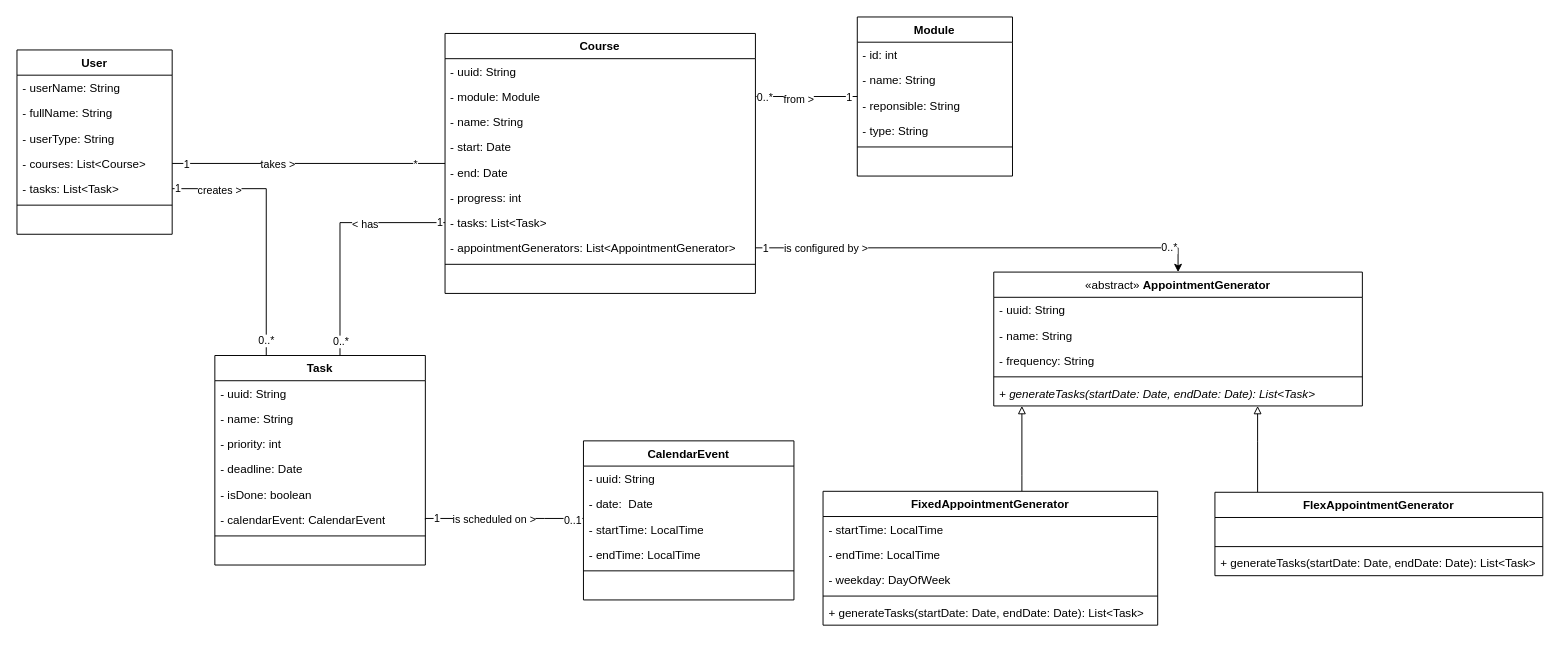
Before: docs/data_model/Class_diagram.drawio in angel-curras/OrganisationApp-SE, a draw.io diagram. Source tidied: cells renumbered, new cells numbered last; positions are measured from the earlier drawing's top-left corner, leaving out a move shared by most shapes. Both pictures are drawn from the tidied source at 97%, with x=0, y=0 at pixel (16, 16).
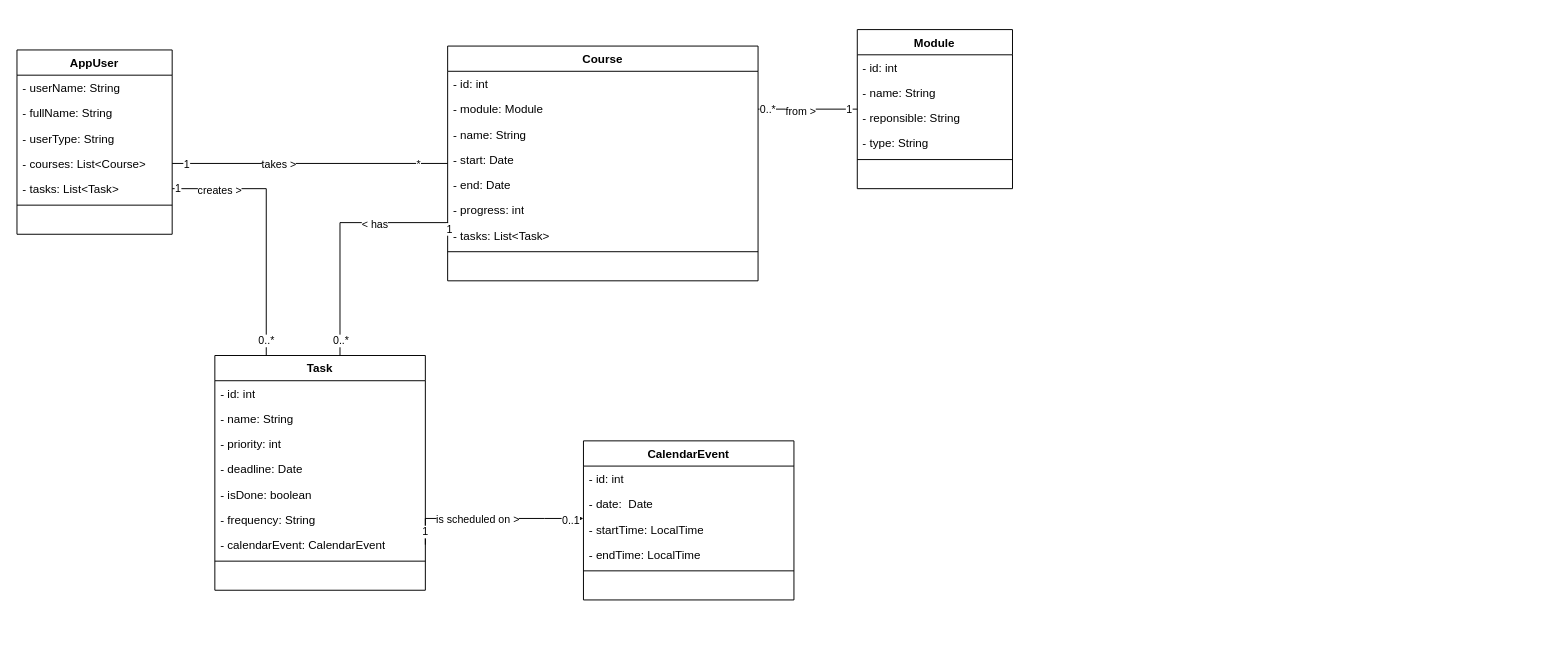
The same page after the edit.

Unchanged cells that the change refers to:
```xml
<mxCell id="53" value="CalendarEvent" style="swimlane;fontStyle=1;align=center;verticalAlign=top;horizontal=1;startSize=26;whiteSpace=wrap;html=1;" parent="1" vertex="1">
  <mxGeometry x="584" y="437" width="217" height="164" as="geometry" />
</mxCell>
```

What changed in the source:
```diff
@@
-    <mxCell id="6" value="User" style="swimlane;fontStyle=1;align=center;verticalAlign=top;horizontal=1;startSize=26;whiteSpace=wrap;html=1;" parent="1" vertex="1">
+    <mxCell id="6" value="AppUser" style="swimlane;fontStyle=1;align=center;verticalAlign=top;horizontal=1;startSize=26;whiteSpace=wrap;html=1;" parent="1" vertex="1">
       <mxGeometry y="34" width="160" height="190" as="geometry" />
     </mxCell>
@@
     <mxCell id="14" value="Course" style="swimlane;fontStyle=1;align=center;verticalAlign=top;horizontal=1;startSize=26;whiteSpace=wrap;html=1;" parent="1" vertex="1">
-      <mxGeometry x="441.3" y="17" width="320" height="268" as="geometry" />
+      <mxGeometry x="444" y="30" width="320" height="242" as="geometry" />
     </mxCell>
-    <mxCell id="15" value="- uuid: String" style="text;strokeColor=none;fillColor=none;align=left;verticalAlign=top;spacingLeft=4;spacingRight=4;overflow=hidden;whiteSpace=wrap;html=1;" parent="14" vertex="1">
+    <mxCell id="15" value="- id: int" style="text;strokeColor=none;fillColor=none;align=left;verticalAlign=top;spacingLeft=4;spacingRight=4;overflow=hidden;whiteSpace=wrap;html=1;" parent="14" vertex="1">
       <mxGeometry y="26" width="320" height="26" as="geometry" />
     </mxCell>
@@
-    <mxCell id="22" value="- appointmentGenerators: List&amp;lt;AppointmentGenerator&amp;gt;" style="text;strokeColor=none;fillColor=none;align=left;verticalAlign=top;spacingLeft=4;spacingRight=4;overflow=hidden;points=[[0,0.5],[1,0.5]];portConstraint=eastwest;whiteSpace=wrap;html=1;" parent="14" vertex="1">
-      <mxGeometry y="208" width="320" height="26" as="geometry" />
-    </mxCell>
     <mxCell id="23" style="line;strokeWidth=1;fillColor=none;align=left;verticalAlign=middle;spacingTop=-1;spacingLeft=3;spacingRight=3;labelPosition=right;strokeColor=inherit;" parent="14" vertex="1">
-      <mxGeometry y="234" width="320" height="8" as="geometry" />
+      <mxGeometry y="208" width="320" height="8" as="geometry" />
     </mxCell>
     <mxCell id="24" value="&amp;nbsp;" style="text;strokeColor=none;fillColor=none;align=left;verticalAlign=top;spacingLeft=4;spacingRight=4;overflow=hidden;whiteSpace=wrap;html=1;" parent="14" vertex="1">
-      <mxGeometry y="242" width="320" height="26" as="geometry" />
+      <mxGeometry y="216" width="320" height="26" as="geometry" />
     </mxCell>
     <mxCell id="25" value="Module" style="swimlane;fontStyle=1;align=center;verticalAlign=top;horizontal=1;startSize=26;whiteSpace=wrap;html=1;" parent="1" vertex="1">
-      <mxGeometry x="866.3" width="160" height="164" as="geometry" />
+      <mxGeometry x="866.3" y="13" width="160" height="164" as="geometry" />
     </mxCell>
@@
     <mxCell id="36" value="Task" style="swimlane;fontStyle=1;align=center;verticalAlign=top;horizontal=1;startSize=26;whiteSpace=wrap;html=1;" parent="1" vertex="1">
-      <mxGeometry x="204" y="349" width="217" height="216" as="geometry" />
+      <mxGeometry x="204" y="349" width="217" height="242" as="geometry" />
     </mxCell>
-    <mxCell id="37" value="- uuid: String" style="text;strokeColor=none;fillColor=none;align=left;verticalAlign=top;spacingLeft=4;spacingRight=4;overflow=hidden;whiteSpace=wrap;html=1;" parent="36" vertex="1">
+    <mxCell id="37" value="- id: int" style="text;strokeColor=none;fillColor=none;align=left;verticalAlign=top;spacingLeft=4;spacingRight=4;overflow=hidden;whiteSpace=wrap;html=1;" parent="36" vertex="1">
       <mxGeometry y="26" width="217" height="26" as="geometry" />
     </mxCell>
@@
+    <mxCell id="67" value="- frequency: String" style="text;strokeColor=none;fillColor=none;align=left;verticalAlign=top;spacingLeft=4;spacingRight=4;overflow=hidden;whiteSpace=wrap;html=1;" parent="36" vertex="1">
+      <mxGeometry y="156" width="217" height="26" as="geometry" />
+    </mxCell>
     <mxCell id="42" value="- calendarEvent: CalendarEvent" style="text;strokeColor=none;fillColor=none;align=left;verticalAlign=top;spacingLeft=4;spacingRight=4;overflow=hidden;points=[[0,0.5],[1,0.5]];portConstraint=eastwest;whiteSpace=wrap;html=1;" parent="36" vertex="1">
-      <mxGeometry y="156" width="217" height="26" as="geometry" />
+      <mxGeometry y="182" width="217" height="26" as="geometry" />
     </mxCell>
     <mxCell id="43" style="line;strokeWidth=1;fillColor=none;align=left;verticalAlign=middle;spacingTop=-1;spacingLeft=3;spacingRight=3;labelPosition=right;strokeColor=inherit;" parent="36" vertex="1">
-      <mxGeometry y="182" width="217" height="8" as="geometry" />
+      <mxGeometry y="208" width="217" height="8" as="geometry" />
     </mxCell>
     <mxCell id="44" value="&amp;nbsp;" style="text;strokeColor=none;fillColor=none;align=left;verticalAlign=top;spacingLeft=4;spacingRight=4;overflow=hidden;whiteSpace=wrap;html=1;" parent="36" vertex="1">
-      <mxGeometry y="190" width="217" height="26" as="geometry" />
+      <mxGeometry y="216" width="217" height="26" as="geometry" />
     </mxCell>
@@
-    <mxCell id="54" value="- uuid: String" style="text;strokeColor=none;fillColor=none;align=left;verticalAlign=top;spacingLeft=4;spacingRight=4;overflow=hidden;whiteSpace=wrap;html=1;" parent="53" vertex="1">
+    <mxCell id="54" value="- id: int" style="text;strokeColor=none;fillColor=none;align=left;verticalAlign=top;spacingLeft=4;spacingRight=4;overflow=hidden;whiteSpace=wrap;html=1;" parent="53" vertex="1">
       <mxGeometry y="26" width="217" height="26" as="geometry" />
     </mxCell>
@@
-    <mxCell id="64" value="&lt;span style=&quot;font-weight: normal;&quot;&gt;«abstract» &lt;/span&gt;AppointmentGenerator" style="swimlane;fontStyle=1;align=center;verticalAlign=top;horizontal=1;startSize=26;whiteSpace=wrap;html=1;" parent="1" vertex="1">
-      <mxGeometry x="1007" y="263" width="380" height="138" as="geometry" />
-    </mxCell>
-    <mxCell id="65" value="- uuid: String" style="text;strokeColor=none;fillColor=none;align=left;verticalAlign=top;spacingLeft=4;spacingRight=4;overflow=hidden;whiteSpace=wrap;html=1;" parent="64" vertex="1">
-      <mxGeometry y="26" width="380" height="26" as="geometry" />
-    </mxCell>
-    <mxCell id="66" value="- name: String" style="text;strokeColor=none;fillColor=none;align=left;verticalAlign=top;spacingLeft=4;spacingRight=4;overflow=hidden;whiteSpace=wrap;html=1;" parent="64" vertex="1">
-      <mxGeometry y="52" width="380" height="26" as="geometry" />
-    </mxCell>
-    <mxCell id="67" value="- frequency: String" style="text;strokeColor=none;fillColor=none;align=left;verticalAlign=top;spacingLeft=4;spacingRight=4;overflow=hidden;whiteSpace=wrap;html=1;" parent="64" vertex="1">
-      <mxGeometry y="78" width="380" height="26" as="geometry" />
-    </mxCell>
-    <mxCell id="68" style="line;strokeWidth=1;fillColor=none;align=left;verticalAlign=middle;spacingTop=-1;spacingLeft=3;spacingRight=3;labelPosition=right;strokeColor=inherit;" parent="64" vertex="1">
-      <mxGeometry y="104" width="380" height="8" as="geometry" />
-    </mxCell>
-    <mxCell id="69" value="&lt;i&gt;+ generateTasks(startDate: Date, endDate: Date): List&amp;lt;Task&amp;gt;&lt;/i&gt;" style="text;strokeColor=none;fillColor=none;align=left;verticalAlign=top;spacingLeft=4;spacingRight=4;overflow=hidden;whiteSpace=wrap;html=1;" parent="64" vertex="1">
-      <mxGeometry y="112" width="380" height="26" as="geometry" />
-    </mxCell>
-    <mxCell id="70" style="edgeStyle=orthogonalEdgeStyle;rounded=0;jettySize=auto;html=1;exitX=1;exitY=0.5;exitDx=0;exitDy=0;" parent="1" edge="1" source="22" target="64">
-      <mxGeometry relative="1" as="geometry" />
-    </mxCell>
-    <mxCell id="71" value="1" style="edgeLabel;html=1;align=center;verticalAlign=middle;" parent="70" vertex="1">
-      <mxGeometry x="-0.88" y="2" relative="1" as="geometry">
-        <mxPoint x="-18" y="2" as="offset" />
-      </mxGeometry>
-    </mxCell>
-    <mxCell id="72" value="is configured by &amp;gt;" style="edgeLabel;html=1;align=center;verticalAlign=middle;" parent="70" vertex="1">
-      <mxGeometry x="-0.76" y="1" relative="1" as="geometry">
-        <mxPoint x="17" y="1" as="offset" />
-      </mxGeometry>
-    </mxCell>
-    <mxCell id="73" value="0..*" style="edgeLabel;html=1;align=center;verticalAlign=middle;" parent="70" vertex="1">
-      <mxGeometry x="0.85" y="1" relative="1" as="geometry" />
-    </mxCell>
-    <mxCell id="74" style="edgeStyle=orthogonalEdgeStyle;rounded=0;jettySize=auto;html=1;endArrow=block;endFill=0;" parent="1" edge="1" source="75" target="64">
-      <mxGeometry relative="1" as="geometry">
-        <Array as="points">
-          <mxPoint x="1036" y="473" />
-          <mxPoint x="1036" y="473" />
-        </Array>
-      </mxGeometry>
-    </mxCell>
-    <mxCell id="75" value="FixedAppointmentGenerator" style="swimlane;fontStyle=1;align=center;verticalAlign=top;horizontal=1;startSize=26;whiteSpace=wrap;html=1;" parent="1" vertex="1">
-      <mxGeometry x="831" y="489" width="345" height="138" as="geometry" />
-    </mxCell>
-    <mxCell id="76" value="- startTime: LocalTime" style="text;strokeColor=none;fillColor=none;align=left;verticalAlign=top;spacingLeft=4;spacingRight=4;overflow=hidden;whiteSpace=wrap;html=1;" parent="75" vertex="1">
-      <mxGeometry y="26" width="345" height="26" as="geometry" />
-    </mxCell>
-    <mxCell id="77" value="- endTime: LocalTime" style="text;strokeColor=none;fillColor=none;align=left;verticalAlign=top;spacingLeft=4;spacingRight=4;overflow=hidden;whiteSpace=wrap;html=1;" parent="75" vertex="1">
-      <mxGeometry y="52" width="345" height="26" as="geometry" />
-    </mxCell>
-    <mxCell id="78" value="- weekday: DayOfWeek" style="text;strokeColor=none;fillColor=none;align=left;verticalAlign=top;spacingLeft=4;spacingRight=4;overflow=hidden;whiteSpace=wrap;html=1;" parent="75" vertex="1">
-      <mxGeometry y="78" width="345" height="26" as="geometry" />
-    </mxCell>
-    <mxCell id="79" style="line;strokeWidth=1;fillColor=none;align=left;verticalAlign=middle;spacingTop=-1;spacingLeft=3;spacingRight=3;labelPosition=right;strokeColor=inherit;" parent="75" vertex="1">
-      <mxGeometry y="104" width="345" height="8" as="geometry" />
-    </mxCell>
-    <mxCell id="80" value="+ generateTasks(startDate: Date, endDate: Date): List&amp;lt;Task&amp;gt;" style="text;strokeColor=none;fillColor=none;align=left;verticalAlign=top;spacingLeft=4;spacingRight=4;overflow=hidden;whiteSpace=wrap;html=1;" parent="75" vertex="1">
-      <mxGeometry y="112" width="345" height="26" as="geometry" />
-    </mxCell>
-    <mxCell id="81" style="edgeStyle=orthogonalEdgeStyle;rounded=0;jettySize=auto;html=1;endArrow=block;endFill=0;" parent="1" edge="1" source="82" target="64">
-      <mxGeometry relative="1" as="geometry">
-        <Array as="points">
-          <mxPoint x="1279" y="438" />
-          <mxPoint x="1279" y="438" />
-        </Array>
-      </mxGeometry>
-    </mxCell>
-    <mxCell id="82" value="FlexAppointmentGenerator" style="swimlane;fontStyle=1;align=center;verticalAlign=top;horizontal=1;startSize=26;whiteSpace=wrap;html=1;" parent="1" vertex="1">
-      <mxGeometry x="1235" y="490" width="338" height="86" as="geometry" />
-    </mxCell>
-    <mxCell id="83" value="&amp;nbsp;" style="text;strokeColor=none;fillColor=none;align=left;verticalAlign=top;spacingLeft=4;spacingRight=4;overflow=hidden;whiteSpace=wrap;html=1;" parent="82" vertex="1">
-      <mxGeometry y="26" width="338" height="26" as="geometry" />
-    </mxCell>
-    <mxCell id="84" style="line;strokeWidth=1;fillColor=none;align=left;verticalAlign=middle;spacingTop=-1;spacingLeft=3;spacingRight=3;labelPosition=right;strokeColor=inherit;" parent="82" vertex="1">
-      <mxGeometry y="52" width="338" height="8" as="geometry" />
-    </mxCell>
-    <mxCell id="85" value="+ generateTasks(startDate: Date, endDate: Date): List&amp;lt;Task&amp;gt;" style="text;strokeColor=none;fillColor=none;align=left;verticalAlign=top;spacingLeft=4;spacingRight=4;overflow=hidden;whiteSpace=wrap;html=1;" parent="82" vertex="1">
-      <mxGeometry y="60" width="338" height="26" as="geometry" />
-    </mxCell>
```
